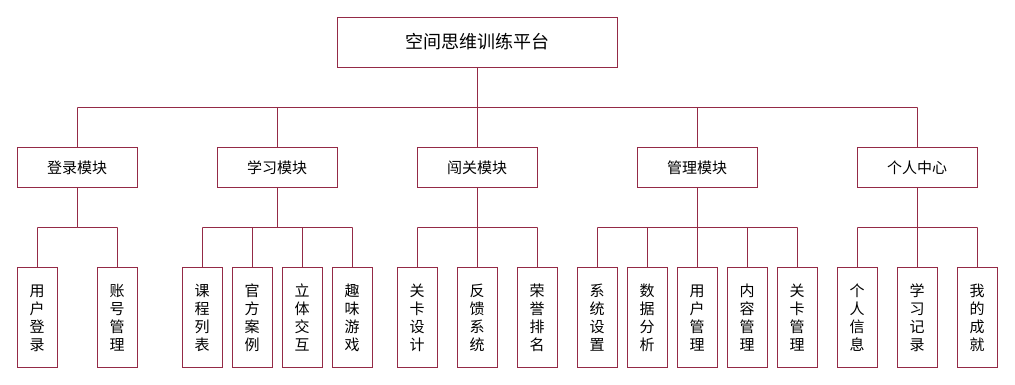
Above: page "功能结构设计" (7 of 16) of 毕业设计/毕业设计.drawio in bosombaby/draw-store (draw.io), before the change. Source tidied: cells renumbered, new cells numbered last; positions are measured from the earlier drawing's top-left corner, leaving out a move shared by most shapes. Both pictures are drawn from the tidied source at 100%, with x=0, y=0 at pixel (17, 17).
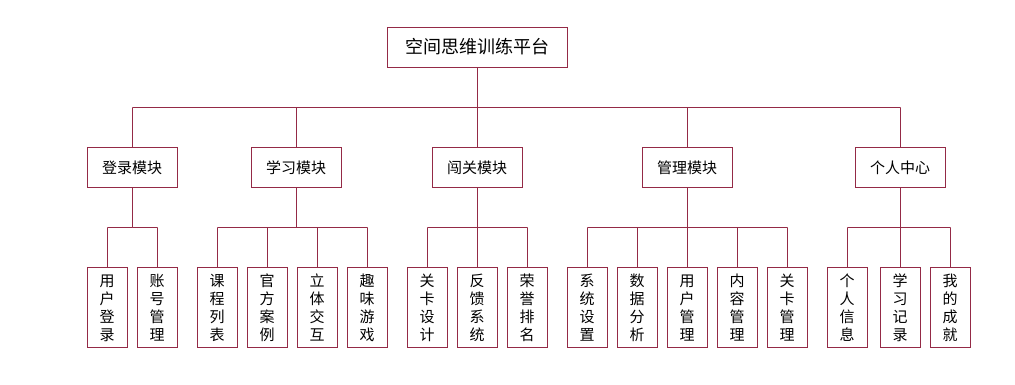
The same diagram, later.

Commit message:
更新毕业设计.drawio

The edit, as a diff of the source:
```diff
@@
     <mxCell id="7" value="&lt;font style=&quot;font-size: 18px;&quot;&gt;空间思维训练平台&lt;/font&gt;" style="rounded=0;whiteSpace=wrap;html=1;align=center;verticalAlign=middle;spacingLeft=4;spacingRight=4;fontFamily=Helvetica;fontSize=11;fontColor=default;fillColor=none;gradientColor=none;strokeColor=#942A46;" parent="1" vertex="1">
-      <mxGeometry x="320" width="280" height="50" as="geometry" />
+      <mxGeometry x="370" y="10" width="180" height="40" as="geometry" />
     </mxCell>
-    <mxCell id="8" style="edgeStyle=orthogonalEdgeStyle;rounded=0;jettySize=auto;html=1;exitX=0.5;exitY=1;exitDx=0;exitDy=0;entryX=0.5;entryY=0;entryDx=0;entryDy=0;strokeColor=#942A46;align=center;verticalAlign=middle;fontFamily=Helvetica;fontSize=15;fontColor=default;labelBackgroundColor=default;endArrow=none;fillColor=#FFFFD1;endFill=0;" parent="1" edge="1" source="10" target="30">
+    <mxCell id="8" style="edgeStyle=orthogonalEdgeStyle;rounded=0;jettySize=auto;html=1;exitX=0.5;exitY=1;exitDx=0;exitDy=0;strokeColor=#942A46;endArrow=none;endFill=0;" parent="1" edge="1" source="10" target="30">
       <mxGeometry relative="1" as="geometry" />
     </mxCell>
-    <mxCell id="9" style="edgeStyle=orthogonalEdgeStyle;rounded=0;jettySize=auto;html=1;exitX=0.5;exitY=1;exitDx=0;exitDy=0;entryX=0.5;entryY=0;entryDx=0;entryDy=0;strokeColor=#942A46;align=center;verticalAlign=middle;fontFamily=Helvetica;fontSize=15;fontColor=default;labelBackgroundColor=default;endArrow=none;fillColor=#FFFFD1;endFill=0;" parent="1" edge="1" source="10" target="31">
+    <mxCell id="9" style="edgeStyle=orthogonalEdgeStyle;rounded=0;jettySize=auto;html=1;exitX=0.5;exitY=1;exitDx=0;exitDy=0;endArrow=none;endFill=0;strokeColor=#942A46;" parent="1" edge="1" source="10" target="31">
       <mxGeometry relative="1" as="geometry" />
     </mxCell>
     <mxCell id="10" value="登录模块" style="rounded=0;whiteSpace=wrap;html=1;strokeColor=#942A46;align=center;verticalAlign=middle;spacingLeft=4;spacingRight=4;fontFamily=Helvetica;fontSize=15;fontColor=default;fillColor=none;gradientColor=none;" parent="1" vertex="1">
-      <mxGeometry y="130" width="120" height="40" as="geometry" />
+      <mxGeometry x="70" y="130" width="90" height="40" as="geometry" />
     </mxCell>
@@
     <mxCell id="15" value="学习模块" style="rounded=0;whiteSpace=wrap;html=1;strokeColor=#942A46;align=center;verticalAlign=middle;spacingLeft=4;spacingRight=4;fontFamily=Helvetica;fontSize=15;fontColor=default;fillColor=none;gradientColor=none;" parent="1" vertex="1">
-      <mxGeometry x="200" y="130" width="120" height="40" as="geometry" />
+      <mxGeometry x="234" y="130" width="90" height="40" as="geometry" />
     </mxCell>
@@
     <mxCell id="19" value="闯关模块" style="rounded=0;whiteSpace=wrap;html=1;strokeColor=#942A46;align=center;verticalAlign=middle;spacingLeft=4;spacingRight=4;fontFamily=Helvetica;fontSize=15;fontColor=default;fillColor=none;gradientColor=none;" parent="1" vertex="1">
-      <mxGeometry x="400" y="130" width="120" height="40" as="geometry" />
+      <mxGeometry x="415" y="130" width="90" height="40" as="geometry" />
     </mxCell>
@@
     <mxCell id="25" value="管理模块" style="rounded=0;whiteSpace=wrap;html=1;strokeColor=#942A46;align=center;verticalAlign=middle;spacingLeft=4;spacingRight=4;fontFamily=Helvetica;fontSize=15;fontColor=default;fillColor=none;gradientColor=none;" parent="1" vertex="1">
-      <mxGeometry x="620" y="130" width="120" height="40" as="geometry" />
+      <mxGeometry x="625" y="130" width="90" height="40" as="geometry" />
     </mxCell>
@@
     <mxCell id="29" value="个人中心" style="rounded=0;whiteSpace=wrap;html=1;strokeColor=#942A46;align=center;verticalAlign=middle;spacingLeft=4;spacingRight=4;fontFamily=Helvetica;fontSize=15;fontColor=default;fillColor=none;gradientColor=none;" parent="1" vertex="1">
-      <mxGeometry x="840" y="130" width="120" height="40" as="geometry" />
+      <mxGeometry x="838" y="130" width="90" height="40" as="geometry" />
     </mxCell>
     <mxCell id="30" value="用&lt;br style=&quot;font-size: 15px;&quot;&gt;户&lt;br style=&quot;font-size: 15px;&quot;&gt;登&lt;br style=&quot;font-size: 15px;&quot;&gt;录" style="rounded=0;whiteSpace=wrap;html=1;strokeColor=#942A46;align=center;verticalAlign=middle;spacingLeft=4;spacingRight=4;fontFamily=Helvetica;fontSize=15;fontColor=default;labelBackgroundColor=default;fillColor=none;gradientColor=none;" parent="1" vertex="1">
-      <mxGeometry y="250" width="40" height="100" as="geometry" />
+      <mxGeometry x="70" y="250" width="40" height="80" as="geometry" />
     </mxCell>
     <mxCell id="31" value="账&lt;br&gt;号&lt;br&gt;管&lt;br&gt;理" style="rounded=0;whiteSpace=wrap;html=1;strokeColor=#942A46;align=center;verticalAlign=middle;spacingLeft=4;spacingRight=4;fontFamily=Helvetica;fontSize=15;fontColor=default;labelBackgroundColor=default;fillColor=none;gradientColor=none;" parent="1" vertex="1">
-      <mxGeometry x="80" y="250" width="40" height="100" as="geometry" />
+      <mxGeometry x="120" y="250" width="40" height="80" as="geometry" />
     </mxCell>
     <mxCell id="32" value="课&lt;br&gt;程&lt;br&gt;列&lt;br&gt;表" style="rounded=0;whiteSpace=wrap;html=1;strokeColor=#942A46;align=center;verticalAlign=middle;spacingLeft=4;spacingRight=4;fontFamily=Helvetica;fontSize=15;fontColor=default;labelBackgroundColor=default;fillColor=none;gradientColor=none;" parent="1" vertex="1">
-      <mxGeometry x="165" y="250" width="40" height="100" as="geometry" />
+      <mxGeometry x="180" y="250" width="40" height="80" as="geometry" />
     </mxCell>
     <mxCell id="33" value="官&lt;br&gt;方&lt;br&gt;案&lt;br&gt;例" style="rounded=0;whiteSpace=wrap;html=1;strokeColor=#942A46;align=center;verticalAlign=middle;spacingLeft=4;spacingRight=4;fontFamily=Helvetica;fontSize=15;fontColor=default;labelBackgroundColor=default;fillColor=none;gradientColor=none;" parent="1" vertex="1">
-      <mxGeometry x="215" y="250" width="40" height="100" as="geometry" />
+      <mxGeometry x="230" y="250" width="40" height="80" as="geometry" />
     </mxCell>
     <mxCell id="34" value="立&lt;br&gt;体&lt;br&gt;交&lt;br&gt;互" style="rounded=0;whiteSpace=wrap;html=1;strokeColor=#942A46;align=center;verticalAlign=middle;spacingLeft=4;spacingRight=4;fontFamily=Helvetica;fontSize=15;fontColor=default;labelBackgroundColor=default;fillColor=none;gradientColor=none;" parent="1" vertex="1">
-      <mxGeometry x="265" y="250" width="40" height="100" as="geometry" />
+      <mxGeometry x="280" y="250" width="40" height="80" as="geometry" />
     </mxCell>
     <mxCell id="35" value="趣&lt;br&gt;味&lt;br&gt;游&lt;br&gt;戏" style="rounded=0;whiteSpace=wrap;html=1;strokeColor=#942A46;align=center;verticalAlign=middle;spacingLeft=4;spacingRight=4;fontFamily=Helvetica;fontSize=15;fontColor=default;labelBackgroundColor=default;fillColor=none;gradientColor=none;" parent="1" vertex="1">
-      <mxGeometry x="315" y="250" width="40" height="100" as="geometry" />
+      <mxGeometry x="330" y="250" width="40" height="80" as="geometry" />
     </mxCell>
     <mxCell id="36" value="关&lt;br&gt;卡&lt;br&gt;设&lt;br&gt;计" style="rounded=0;whiteSpace=wrap;html=1;strokeColor=#942A46;align=center;verticalAlign=middle;spacingLeft=4;spacingRight=4;fontFamily=Helvetica;fontSize=15;fontColor=default;labelBackgroundColor=default;fillColor=none;gradientColor=none;" parent="1" vertex="1">
-      <mxGeometry x="380" y="250" width="40" height="100" as="geometry" />
+      <mxGeometry x="390" y="250" width="40" height="80" as="geometry" />
     </mxCell>
     <mxCell id="37" value="反&lt;br&gt;馈&lt;br&gt;系&lt;br&gt;统" style="rounded=0;whiteSpace=wrap;html=1;strokeColor=#942A46;align=center;verticalAlign=middle;spacingLeft=4;spacingRight=4;fontFamily=Helvetica;fontSize=15;fontColor=default;labelBackgroundColor=default;fillColor=none;gradientColor=none;" parent="1" vertex="1">
-      <mxGeometry x="440" y="250" width="40" height="100" as="geometry" />
+      <mxGeometry x="440" y="250" width="40" height="80" as="geometry" />
     </mxCell>
     <mxCell id="38" value="荣&lt;br&gt;誉&lt;br&gt;排&lt;br&gt;名" style="rounded=0;whiteSpace=wrap;html=1;strokeColor=#942A46;align=center;verticalAlign=middle;spacingLeft=4;spacingRight=4;fontFamily=Helvetica;fontSize=15;fontColor=default;labelBackgroundColor=default;fillColor=none;gradientColor=none;" parent="1" vertex="1">
-      <mxGeometry x="500" y="250" width="40" height="100" as="geometry" />
+      <mxGeometry x="490" y="250" width="40" height="80" as="geometry" />
     </mxCell>
     <mxCell id="39" value="系&lt;br&gt;统&lt;br&gt;设&lt;br&gt;置" style="rounded=0;whiteSpace=wrap;html=1;strokeColor=#942A46;align=center;verticalAlign=middle;spacingLeft=4;spacingRight=4;fontFamily=Helvetica;fontSize=15;fontColor=default;labelBackgroundColor=default;fillColor=none;gradientColor=none;" parent="1" vertex="1">
-      <mxGeometry x="560" y="250" width="40" height="100" as="geometry" />
+      <mxGeometry x="550" y="250" width="40" height="80" as="geometry" />
     </mxCell>
     <mxCell id="40" value="数&lt;br&gt;据&lt;br&gt;分&lt;br&gt;析" style="rounded=0;whiteSpace=wrap;html=1;strokeColor=#942A46;align=center;verticalAlign=middle;spacingLeft=4;spacingRight=4;fontFamily=Helvetica;fontSize=15;fontColor=default;labelBackgroundColor=default;fillColor=none;gradientColor=none;" parent="1" vertex="1">
-      <mxGeometry x="610" y="250" width="40" height="100" as="geometry" />
+      <mxGeometry x="600" y="250" width="40" height="80" as="geometry" />
     </mxCell>
     <mxCell id="41" value="用&lt;br&gt;户&lt;br&gt;管&lt;br&gt;理" style="rounded=0;whiteSpace=wrap;html=1;strokeColor=#942A46;align=center;verticalAlign=middle;spacingLeft=4;spacingRight=4;fontFamily=Helvetica;fontSize=15;fontColor=default;labelBackgroundColor=default;fillColor=none;gradientColor=none;" parent="1" vertex="1">
-      <mxGeometry x="660" y="250" width="40" height="100" as="geometry" />
+      <mxGeometry x="650" y="250" width="40" height="80" as="geometry" />
     </mxCell>
     <mxCell id="42" value="内&lt;br&gt;容&lt;br&gt;管&lt;br&gt;理" style="rounded=0;whiteSpace=wrap;html=1;strokeColor=#942A46;align=center;verticalAlign=middle;spacingLeft=4;spacingRight=4;fontFamily=Helvetica;fontSize=15;fontColor=default;labelBackgroundColor=default;fillColor=none;gradientColor=none;" parent="1" vertex="1">
-      <mxGeometry x="710" y="250" width="40" height="100" as="geometry" />
+      <mxGeometry x="700" y="250" width="40" height="80" as="geometry" />
     </mxCell>
     <mxCell id="43" value="关&lt;br&gt;卡&lt;br&gt;管&lt;br&gt;理" style="rounded=0;whiteSpace=wrap;html=1;strokeColor=#942A46;align=center;verticalAlign=middle;spacingLeft=4;spacingRight=4;fontFamily=Helvetica;fontSize=15;fontColor=default;labelBackgroundColor=default;fillColor=none;gradientColor=none;" parent="1" vertex="1">
-      <mxGeometry x="760" y="250" width="40" height="100" as="geometry" />
+      <mxGeometry x="750" y="250" width="40" height="80" as="geometry" />
     </mxCell>
     <mxCell id="44" value="学&lt;br&gt;习&lt;br&gt;记&lt;br&gt;录" style="rounded=0;whiteSpace=wrap;html=1;strokeColor=#942A46;align=center;verticalAlign=middle;spacingLeft=4;spacingRight=4;fontFamily=Helvetica;fontSize=15;fontColor=default;labelBackgroundColor=default;fillColor=none;gradientColor=none;" parent="1" vertex="1">
-      <mxGeometry x="880" y="250" width="40" height="100" as="geometry" />
+      <mxGeometry x="863" y="250" width="40" height="80" as="geometry" />
     </mxCell>
     <mxCell id="45" value="个&lt;br&gt;人&lt;br&gt;信&lt;br&gt;息" style="rounded=0;whiteSpace=wrap;html=1;strokeColor=#942A46;align=center;verticalAlign=middle;spacingLeft=4;spacingRight=4;fontFamily=Helvetica;fontSize=15;fontColor=default;labelBackgroundColor=default;fillColor=none;gradientColor=none;" parent="1" vertex="1">
-      <mxGeometry x="820" y="250" width="40" height="100" as="geometry" />
+      <mxGeometry x="810" y="250" width="40" height="80" as="geometry" />
     </mxCell>
     <mxCell id="46" value="我&lt;br&gt;的&lt;br&gt;成&lt;br&gt;就" style="rounded=0;whiteSpace=wrap;html=1;strokeColor=#942A46;align=center;verticalAlign=middle;spacingLeft=4;spacingRight=4;fontFamily=Helvetica;fontSize=15;fontColor=default;labelBackgroundColor=default;fillColor=none;gradientColor=none;" parent="1" vertex="1">
-      <mxGeometry x="940" y="250" width="40" height="100" as="geometry" />
+      <mxGeometry x="913" y="250" width="40" height="80" as="geometry" />
     </mxCell>
```
